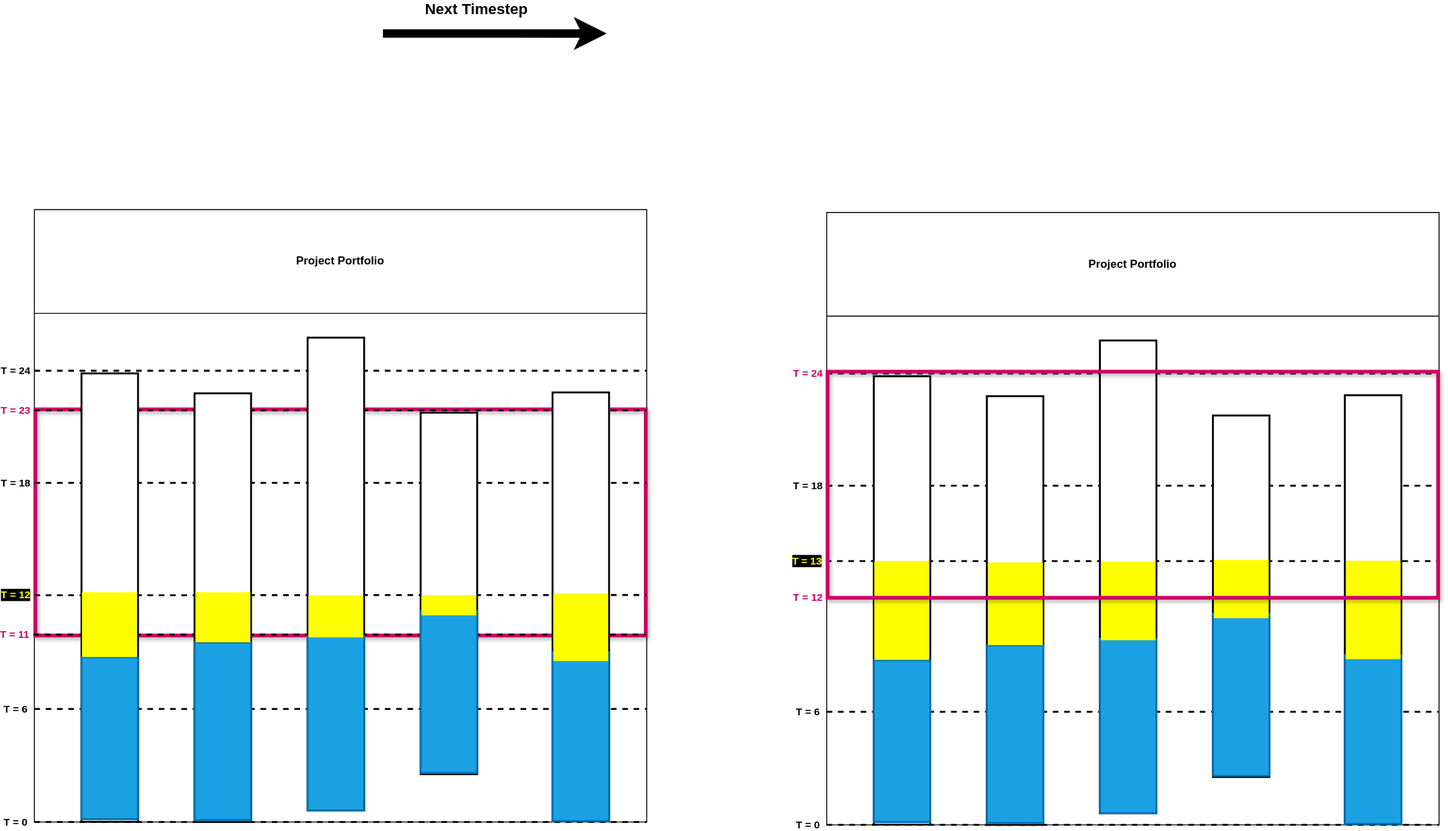
Above: docs/figs/rolling_window.drawio.svg in UDynamic/PPO-project-portfolio-budgeting-AI-agent (draw.io), before the change. Source tidied: cells renumbered, new cells last; positions are measured from the earlier drawing's top-left corner, leaving out a move shared by most shapes.
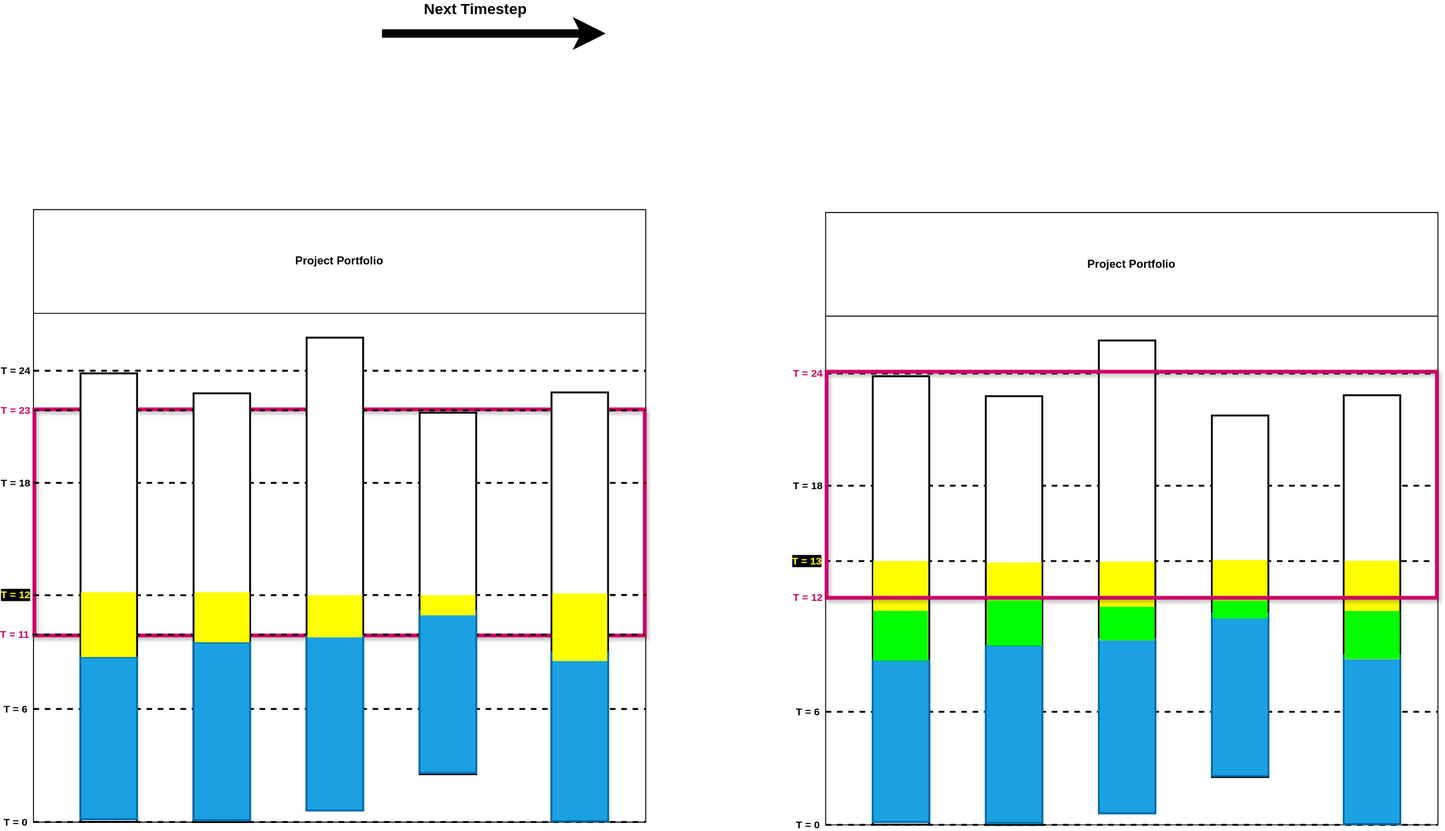
Later version of the same file.

Commit message:
UPDATED figs/rolling_window.drawwio.svg : creating infograph of simplified rooling_window

The edit, as a diff of the source:
```diff
@@ -261,5 +261,20 @@
     <mxCell id="64" value="&lt;div style=&quot;direction: rtl;&quot;&gt;&lt;br&gt;&lt;/div&gt;" style="rounded=0;whiteSpace=wrap;html=1;fillColor=none;strokeColor=light-dark(#CC0066,#6D5100);strokeWidth=4;shadow=1;align=right;perimeterSpacing=0;" parent="1" vertex="1">
       <mxGeometry x="1000" y="359" width="648" height="240" as="geometry" />
     </mxCell>
+    <mxCell id="65" style="rounded=0;whiteSpace=wrap;html=1;strokeWidth=2;fillWeight=4;hachureGap=8;hachureAngle=45;fillColor=#00FF00;rotation=90;strokeColor=none;fontColor=#ffffff;glass=0;shadow=0;" parent="1" vertex="1">
+      <mxGeometry x="1052" y="610.3" width="53" height="58.1" as="geometry" />
+    </mxCell>
+    <mxCell id="66" style="rounded=0;whiteSpace=wrap;html=1;strokeWidth=2;fillWeight=4;hachureGap=8;hachureAngle=45;fillColor=#00FF00;rotation=90;strokeColor=none;fontColor=#ffffff;glass=0;shadow=0;" parent="1" vertex="1">
+      <mxGeometry x="1175.5" y="596.8" width="48.1" height="58.1" as="geometry" />
+    </mxCell>
+    <mxCell id="67" style="rounded=0;whiteSpace=wrap;html=1;strokeWidth=2;fillWeight=4;hachureGap=8;hachureAngle=45;fillColor=#00FF00;rotation=90;strokeColor=none;fontColor=#ffffff;glass=0;shadow=0;" parent="1" vertex="1">
+      <mxGeometry x="1301.6" y="597.2" width="35.3" height="58.1" as="geometry" />
+    </mxCell>
+    <mxCell id="68" style="rounded=0;whiteSpace=wrap;html=1;strokeWidth=2;fillWeight=4;hachureGap=8;hachureAngle=45;fillColor=#00FF00;rotation=90;strokeColor=none;fontColor=#ffffff;glass=0;shadow=0;" parent="1" vertex="1">
+      <mxGeometry x="1429.8" y="582.5" width="18.8" height="58.1" as="geometry" />
+    </mxCell>
+    <mxCell id="69" style="rounded=0;whiteSpace=wrap;html=1;strokeWidth=2;fillWeight=4;hachureGap=8;hachureAngle=45;fillColor=#00FF00;rotation=90;strokeColor=none;fontColor=#ffffff;glass=0;shadow=0;" parent="1" vertex="1">
+      <mxGeometry x="1554" y="609.4" width="50.8" height="58.1" as="geometry" />
+    </mxCell>
   </root>
 </mxGraphModel>
```
